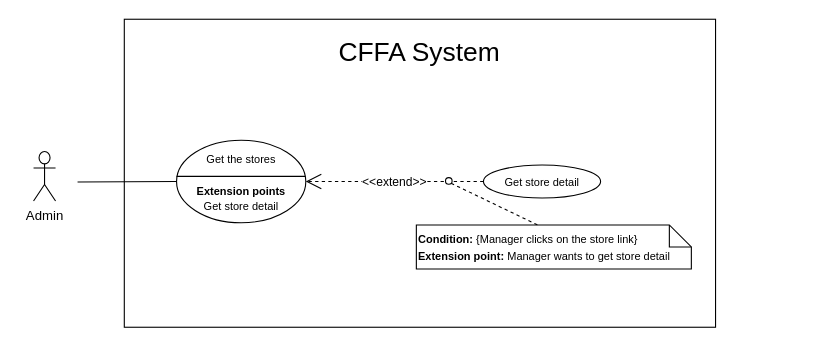
The draw.io diagram page "GetStoreDetail" (3 of 14) of Users/HuuDN/UsecaseDiagram/Admin/Overview.drawio in luannmdev/CapstoneDocument, before the edit. Source tidied: cells renumbered, new cells numbered last; positions are measured from the earlier drawing's top-left corner, leaving out a move shared by most shapes. Both pictures are drawn from the tidied source at 110%, with x=0, y=0 at pixel (33, 19).
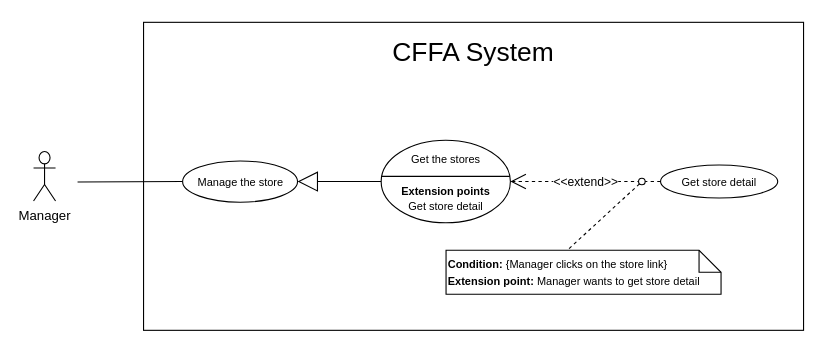
After the change.

The edit, as a diff of the source:
```diff
@@
 <mxGraphModel>
   <root>
     <mxCell id="0" />
     <mxCell id="1" parent="0" />
-    <mxCell id="2" style="rounded=0;whiteSpace=wrap;html=1;" parent="1" vertex="1">
-      <mxGeometry x="82.5" width="537.5" height="280" as="geometry" />
-    </mxCell>
+    <mxCell id="13" style="rounded=0;whiteSpace=wrap;html=1;" parent="1" vertex="1">
+      <mxGeometry x="100" y="2.8" width="600" height="280" as="geometry" />
+    </mxCell>
     <mxCell id="3" value="&lt;span style=&quot;font-size: 24px&quot;&gt;CFFA System&lt;/span&gt;" style="text;html=1;strokeColor=none;fillColor=none;align=center;verticalAlign=middle;whiteSpace=wrap;rounded=0;" parent="1" vertex="1">
-      <mxGeometry x="186.2" y="20" width="330" height="20" as="geometry" />
+      <mxGeometry x="235" y="20" width="330" height="20" as="geometry" />
     </mxCell>
-    <mxCell id="4" value="Admin" style="shape=umlActor;verticalLabelPosition=bottom;verticalAlign=top;html=1;" parent="1" vertex="1">
-      <mxGeometry y="120.2" width="20" height="45" as="geometry" />
-    </mxCell>
-    <mxCell id="5" style="endArrow=none;html=1;rounded=0;exitX=0;exitY=0.5;exitDx=0;exitDy=0;" parent="1" edge="1" source="6">
-      <mxGeometry relative="1" as="geometry">
-        <mxPoint x="40" y="148" as="targetPoint" />
-      </mxGeometry>
-    </mxCell>
+    <mxCell id="14" value="Manager" style="shape=umlActor;verticalLabelPosition=bottom;verticalAlign=top;html=1;" parent="1" vertex="1">
+      <mxGeometry y="120.2" width="20" height="45" as="geometry" />
+    </mxCell>
+    <mxCell id="15" style="endArrow=none;html=1;rounded=0;exitX=0;exitY=0.5;exitDx=0;exitDy=0;" parent="1" edge="1" source="19">
+      <mxGeometry relative="1" as="geometry">
+        <mxPoint x="40" y="148" as="targetPoint" />
+      </mxGeometry>
+    </mxCell>
     <mxCell id="6" value="&lt;font style=&quot;font-size: 10px&quot;&gt;Get the stores&lt;br&gt;&lt;br&gt;&lt;b&gt;Extension points&lt;/b&gt;&lt;br&gt;Get store detail&lt;br&gt;&lt;/font&gt;" style="ellipse;whiteSpace=wrap;html=1;" parent="1" vertex="1">
-      <mxGeometry x="130" y="110" width="117.5" height="75" as="geometry" />
+      <mxGeometry x="316" y="110" width="117.5" height="75" as="geometry" />
     </mxCell>
-    <mxCell id="7" style="line;strokeWidth=1;fillColor=none;align=left;verticalAlign=middle;spacingTop=-1;spacingLeft=3;spacingRight=3;labelPosition=right;fontSize=18;" parent="1" vertex="1">
-      <mxGeometry x="130" y="138.8" width="117" height="8" as="geometry" />
-    </mxCell>
+    <mxCell id="16" style="line;strokeWidth=1;fillColor=none;align=left;verticalAlign=middle;spacingTop=-1;spacingLeft=3;spacingRight=3;labelPosition=right;fontSize=18;" parent="1" vertex="1">
+      <mxGeometry x="316" y="138.8" width="117" height="8" as="geometry" />
+    </mxCell>
     <mxCell id="8" value="&lt;font style=&quot;font-size: 10px&quot;&gt;Get store detail&lt;br&gt;&lt;/font&gt;" style="ellipse;whiteSpace=wrap;html=1;" parent="1" vertex="1">
-      <mxGeometry x="409" y="132.5" width="106.5" height="30" as="geometry" />
+      <mxGeometry x="570" y="132.5" width="106.5" height="30" as="geometry" />
     </mxCell>
     <mxCell id="9" value="&amp;lt;&amp;lt;extend&amp;gt;&amp;gt;" style="endArrow=open;endSize=12;dashed=1;html=1;exitX=0;exitY=0.5;exitDx=0;exitDy=0;" parent="1" edge="1" source="8" target="6">
       <mxGeometry relative="1" as="geometry" />
     </mxCell>
     <mxCell id="10" value="&lt;font style=&quot;font-size: 10px&quot;&gt;&lt;b&gt;Condition: &lt;/b&gt;{Manager clicks on the&amp;nbsp;&lt;span style=&quot;text-align: center&quot;&gt;store&lt;/span&gt;&amp;nbsp;link}&lt;br&gt;&lt;b&gt;Extension point:&amp;nbsp;&lt;/b&gt;Manager&amp;nbsp;wants to get&amp;nbsp;&lt;span style=&quot;text-align: center&quot;&gt;store&lt;/span&gt;&amp;nbsp;detail&lt;/font&gt;" style="shape=note;size=20;whiteSpace=wrap;html=1;align=left;" parent="1" vertex="1">
-      <mxGeometry x="348" y="187" width="250" height="40" as="geometry" />
+      <mxGeometry x="375" y="210" width="250" height="40" as="geometry" />
     </mxCell>
-    <mxCell id="11" style="endArrow=none;dashed=1;html=1;entryX=0.441;entryY=0;entryDx=0;entryDy=0;entryPerimeter=0;exitX=1;exitY=1;exitDx=0;exitDy=0;" parent="1" edge="1" source="12" target="10">
-      <mxGeometry relative="1" as="geometry" />
-    </mxCell>
-    <mxCell id="12" style="ellipse;whiteSpace=wrap;html=1;" parent="1" vertex="1">
-      <mxGeometry x="374.5" y="144" width="6" height="6" as="geometry" />
-    </mxCell>
+    <mxCell id="17" style="endArrow=none;dashed=1;html=1;entryX=0.441;entryY=0;entryDx=0;entryDy=0;entryPerimeter=0;exitX=0;exitY=1;exitDx=0;exitDy=0;" parent="1" edge="1" source="18" target="10">
+      <mxGeometry relative="1" as="geometry" />
+    </mxCell>
+    <mxCell id="18" style="ellipse;whiteSpace=wrap;html=1;" parent="1" vertex="1">
+      <mxGeometry x="550" y="144.5" width="6" height="6" as="geometry" />
+    </mxCell>
+    <mxCell id="19" value="&lt;font style=&quot;font-size: 10px&quot;&gt;Manage the store&lt;br&gt;&lt;/font&gt;" style="ellipse;whiteSpace=wrap;html=1;" parent="1" vertex="1">
+      <mxGeometry x="135.5" y="128.8" width="104.5" height="37.5" as="geometry" />
+    </mxCell>
+    <mxCell id="20" style="endArrow=block;endSize=16;endFill=0;html=1;exitX=0;exitY=0.5;exitDx=0;exitDy=0;entryX=1;entryY=0.5;entryDx=0;entryDy=0;" parent="1" edge="1" source="6" target="19">
+      <mxGeometry relative="1" as="geometry" />
+    </mxCell>
   </root>
 </mxGraphModel>
```
